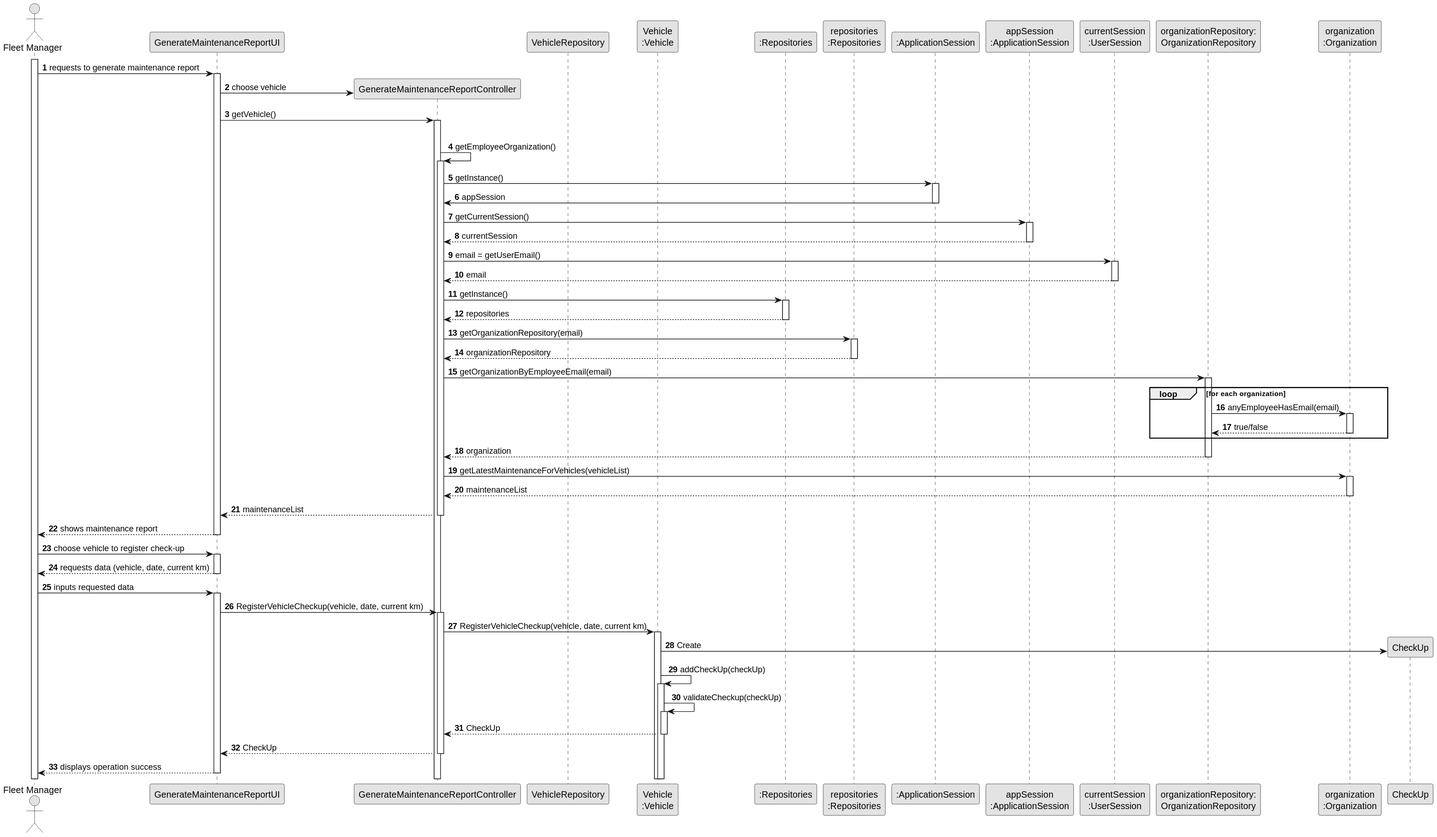
This is docs/sprintB/us008/03.design/svg/us008-sequence-diagram-full.svg from Departamento-de-Engenharia-Informatica/lei-24-s2-1dkl-g134, a PlantUML export, as it was before one commit.
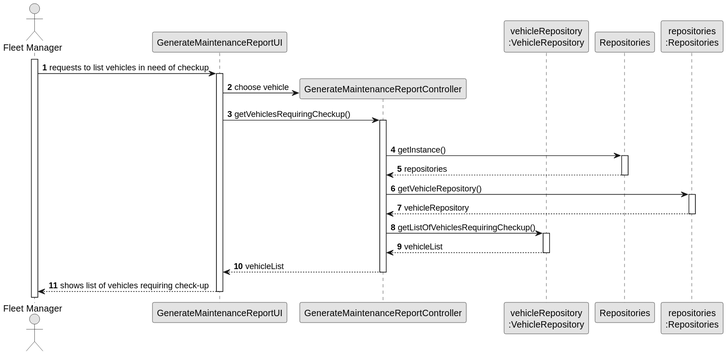
Later version of the same file.

Commit message:
Some updates on Class diagram of US003 and US006

Change to the diagram source:
```diff
@@ -8,122 +8,45 @@
 actor "Fleet Manager" as FM
 participant "GenerateMaintenanceReportUI" as UI
 participant "GenerateMaintenanceReportController" as CTRL
-participant "VehicleRepository" as VR
-participant "Vehicle\n:Vehicle" as V
-participant ":Repositories" as RepositorySingleton
+participant "vehicleRepository\n:VehicleRepository" as VR
+participant "Repositories" as RepositorySingleton
 participant "repositories\n:Repositories" as PLAT
-participant ":ApplicationSession" as _APP
-participant "appSession\n:ApplicationSession" as APP
-participant "currentSession\n:UserSession" as SESSAO
-participant "organizationRepository:\nOrganizationRepository" as OrganizationRepository
-participant "organization\n:Organization" as ORG
 
 
 activate FM
 
-        FM -> UI : requests to generate maintenance report
+        FM -> UI : requests to list vehicles in need of checkup
 
         activate UI
 
 
             UI -> CTRL** : choose vehicle
 
-            UI -> CTRL : getVehicle()
+            UI -> CTRL : getVehiclesRequiringCheckup()
             activate CTRL
 
                 |||
-                CTRL -> CTRL : getEmployeeOrganization()
-                activate CTRL
-
-                    CTRL -> _APP: getInstance()
-                    activate _APP
-                        _APP -> CTRL: appSession
-                    deactivate _APP
-
-
-                    CTRL -> APP: getCurrentSession()
-                    activate APP
-
-                        APP --> CTRL: currentSession
-                    deactivate APP
-
-                    CTRL -> SESSAO: email = getUserEmail()
-                    activate SESSAO
-
-                        SESSAO --> CTRL: email
-                    deactivate SESSAO
-
                     CTRL -> RepositorySingleton: getInstance()
                     activate RepositorySingleton
 
                     RepositorySingleton --> CTRL: repositories
                     deactivate RepositorySingleton
 
-                    CTRL -> PLAT: getOrganizationRepository(email)
+                    CTRL -> PLAT: getVehicleRepository()
                     activate PLAT
 
-                        PLAT --> CTRL: organizationRepository
+                        PLAT --> CTRL: vehicleRepository
                     deactivate PLAT
 
+                CTRL -> VR: getListOfVehiclesRequiringCheckup()
+                activate VR
 
-                    CTRL -> OrganizationRepository: getOrganizationByEmployeeEmail(email)
-                    activate OrganizationRepository
+                VR --> CTRL: vehicleList
+                deactivate VR
 
-                        loop for each organization
-
-                            OrganizationRepository -> ORG : anyEmployeeHasEmail(email)
-                            activate ORG
-
-                                 ORG --> OrganizationRepository : true/false
-                            deactivate ORG
-                        end
-                        OrganizationRepository --> CTRL : organization
-                    deactivate OrganizationRepository
-
-
-                CTRL -> ORG: getLatestMaintenanceForVehicles(vehicleList)
-                activate ORG
-
-                ORG --> CTRL: maintenanceList
-                deactivate ORG
-
-                CTRL --> UI :maintenanceList
+                CTRL --> UI :vehicleList
             deactivate CTRL
 
-            UI --> FM :  shows maintenance report
+            UI --> FM :  shows list of vehicles requiring check-up
         deactivate UI
-
-        FM -> UI : choose vehicle to register check-up
-                 activate UI
-
-        UI -->  FM : requests data (vehicle, date, current km)
-                 deactivate UI
-        FM -> UI : inputs requested data
-                activate UI
-
-                 UI -> CTRL : RegisterVehicleCheckup(vehicle, date, current km)
-                 activate CTRL
-
-   CTRL -> V : RegisterVehicleCheckup(vehicle, date, current km)
-                          activate V
-
-              V -> CheckUp** : Create
-
-
-              V ->V : addCheckUp(checkUp)
-              activate V
-
-              V->V : validateCheckup(checkUp)
-              activate V
-
-
-
-              V--->CTRL : CheckUp
-
-                          deactivate V
-              CTRL ---> UI : CheckUp
-                          deactivate CTRL
-
-              UI ---> FM : displays operation success
-                          deactivate UI
 @enduml
```
